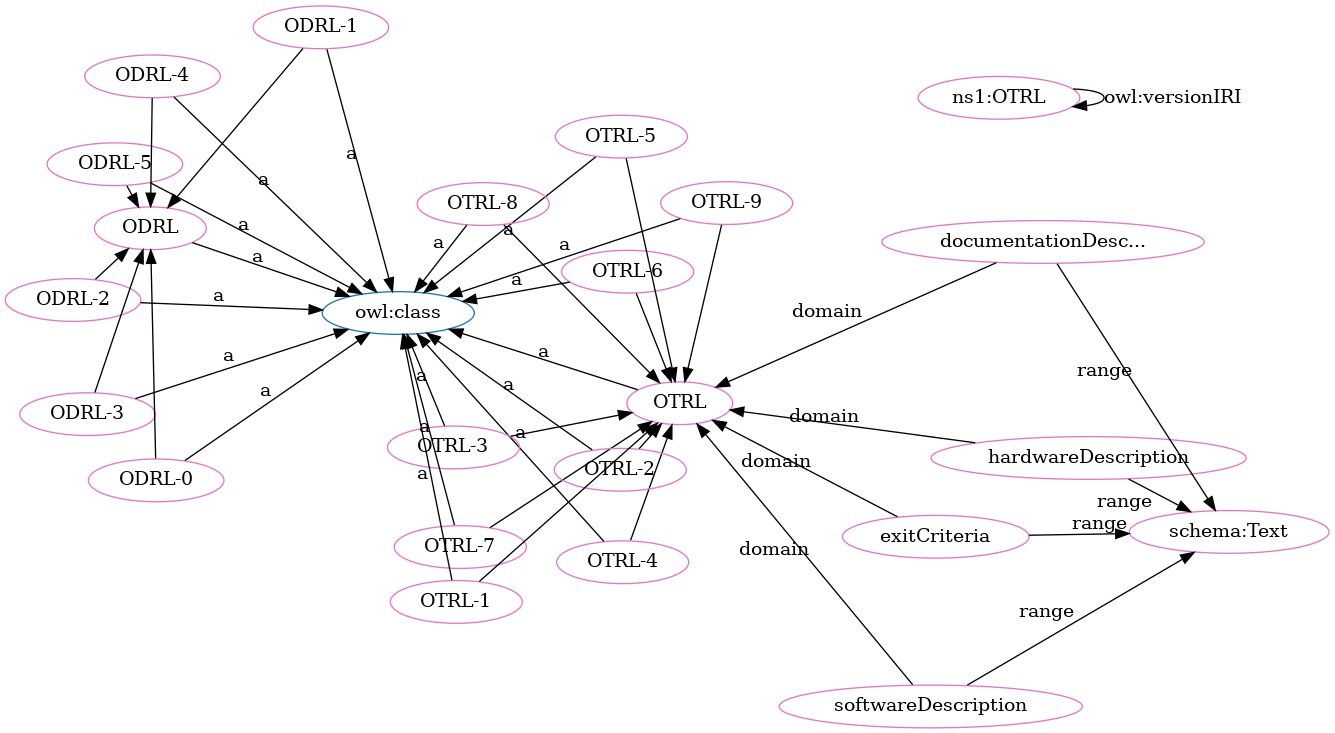
OPEN-NEXT/OKH-LOSH keeps this Graphviz diagram as OTRL-clean.png. Above is the earlier version. Its source is kept beside it as OTRL-clean.dot.
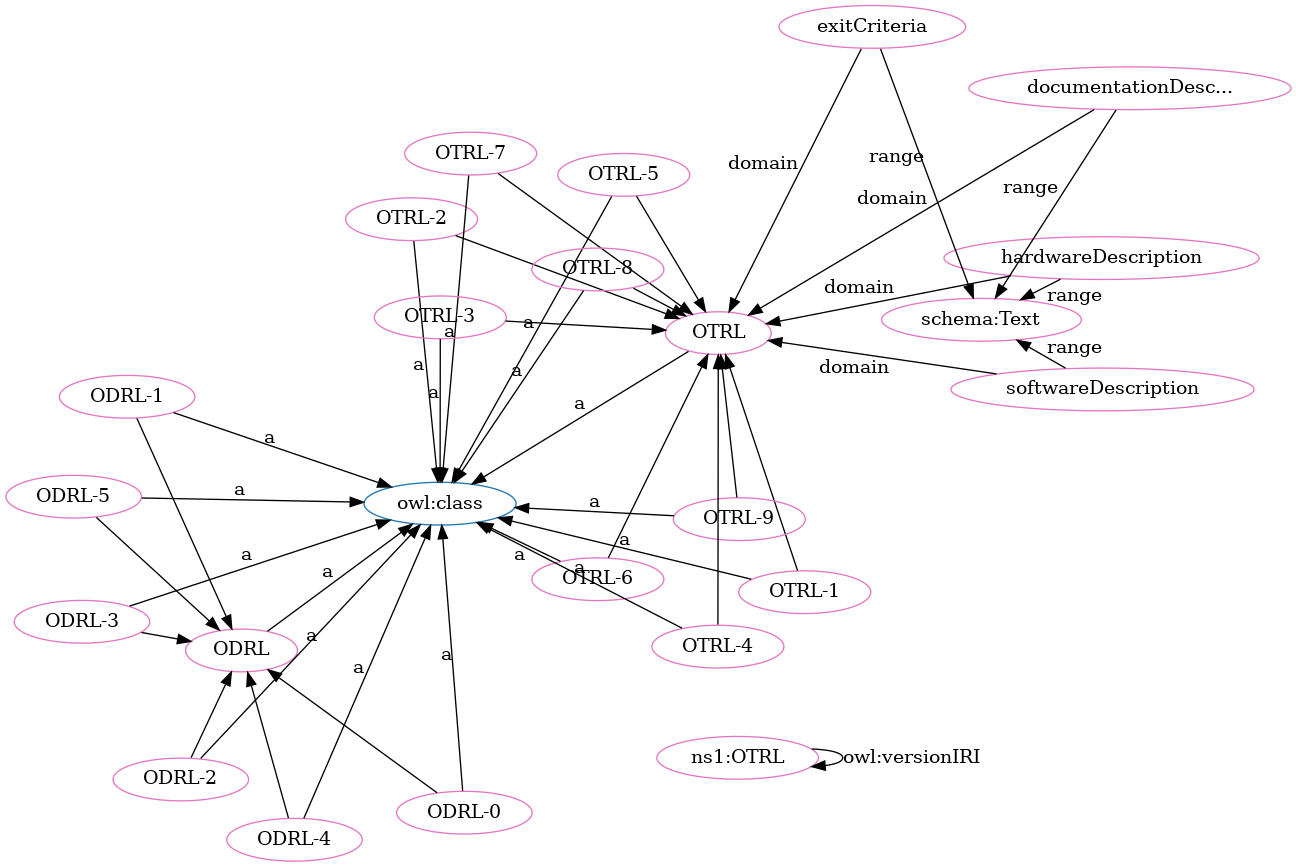
The same diagram one commit later.

Diff of the diagram source:
```diff
@@ -1,71 +1,71 @@
 digraph G {
   rankdir=BT
   node[height=.3]
-"http://purl.org/oseg/ontologies/OTRL#ODRL" [fillcolor="#1f77b4" color="#1f77b4" label="ODRL"]
 "http://www.w3.org/2002/07/owl#class" [fillcolor="#1f77b4" color="#1f77b4" label="owl:class"]
 "http://purl.org/oseg/ontologies/OTRL#OTRL" [fillcolor="#1f77b4" color="#1f77b4" label="OTRL"]
+"http://purl.org/oseg/ontologies/OTRL#ODRL" [fillcolor="#1f77b4" color="#1f77b4" label="ODRL"]
+"http://purl.org/oseg/ontologies/OTRL#ODRL" [fillcolor="#e377c2" color="#e377c2" label="ODRL"]
+"http://purl.org/oseg/ontologies/OTRL#hardwareDescription" [fillcolor="#e377c2" color="#e377c2" label="hardwareDescription"]
+"http://schema.org/Text" [fillcolor="#e377c2" color="#e377c2" label="schema:Text"]
+"http://purl.org/oseg/ontologies/OTRL#OTRL-2" [fillcolor="#e377c2" color="#e377c2" label="OTRL-2"]
+"http://purl.org/oseg/ontologies/OTRL#OTRL" [fillcolor="#e377c2" color="#e377c2" label="OTRL"]
+"http://purl.org/oseg/ontologies/OTRL" [fillcolor="#e377c2" color="#e377c2" label="ns1:OTRL"]
+"http://purl.org/oseg/ontologies/OTRL#OTRL-6" [fillcolor="#e377c2" color="#e377c2" label="OTRL-6"]
+"http://purl.org/oseg/ontologies/OTRL#ODRL-0" [fillcolor="#e377c2" color="#e377c2" label="ODRL-0"]
+"http://purl.org/oseg/ontologies/OTRL#ODRL-2" [fillcolor="#e377c2" color="#e377c2" label="ODRL-2"]
+"http://purl.org/oseg/ontologies/OTRL#softwareDescription" [fillcolor="#e377c2" color="#e377c2" label="softwareDescription"]
+"http://purl.org/oseg/ontologies/OTRL#OTRL-1" [fillcolor="#e377c2" color="#e377c2" label="OTRL-1"]
+"http://purl.org/oseg/ontologies/OTRL#ODRL-3" [fillcolor="#e377c2" color="#e377c2" label="ODRL-3"]
+"http://purl.org/oseg/ontologies/OTRL#OTRL-9" [fillcolor="#e377c2" color="#e377c2" label="OTRL-9"]
+"http://purl.org/oseg/ontologies/OTRL#ODRL-4" [fillcolor="#e377c2" color="#e377c2" label="ODRL-4"]
+"http://purl.org/oseg/ontologies/OTRL#OTRL-7" [fillcolor="#e377c2" color="#e377c2" label="OTRL-7"]
+"http://purl.org/oseg/ontologies/OTRL#documentationDescription" [fillcolor="#e377c2" color="#e377c2" label="documentationDesc..."]
 "http://purl.org/oseg/ontologies/OTRL#OTRL-4" [fillcolor="#e377c2" color="#e377c2" label="OTRL-4"]
-"http://purl.org/oseg/ontologies/OTRL#OTRL" [fillcolor="#e377c2" color="#e377c2" label="OTRL"]
-"http://purl.org/oseg/ontologies/OTRL#ODRL" [fillcolor="#e377c2" color="#e377c2" label="ODRL"]
-"http://purl.org/oseg/ontologies/OTRL" [fillcolor="#e377c2" color="#e377c2" label="ns1:OTRL"]
-"http://purl.org/oseg/ontologies/OTRL#hardwareDescription" [fillcolor="#e377c2" color="#e377c2" label="hardwareDescription"]
-"http://purl.org/oseg/ontologies/OTRL#ODRL-2" [fillcolor="#e377c2" color="#e377c2" label="ODRL-2"]
-"http://purl.org/oseg/ontologies/OTRL#ODRL-3" [fillcolor="#e377c2" color="#e377c2" label="ODRL-3"]
-"http://purl.org/oseg/ontologies/OTRL#OTRL-6" [fillcolor="#e377c2" color="#e377c2" label="OTRL-6"]
+"http://purl.org/oseg/ontologies/OTRL#ODRL-1" [fillcolor="#e377c2" color="#e377c2" label="ODRL-1"]
+"http://purl.org/oseg/ontologies/OTRL#ODRL-5" [fillcolor="#e377c2" color="#e377c2" label="ODRL-5"]
 "http://purl.org/oseg/ontologies/OTRL#OTRL-3" [fillcolor="#e377c2" color="#e377c2" label="OTRL-3"]
-"http://purl.org/oseg/ontologies/OTRL#softwareDescription" [fillcolor="#e377c2" color="#e377c2" label="softwareDescription"]
-"http://purl.org/oseg/ontologies/OTRL#OTRL-7" [fillcolor="#e377c2" color="#e377c2" label="OTRL-7"]
-"http://purl.org/oseg/ontologies/OTRL#ODRL-0" [fillcolor="#e377c2" color="#e377c2" label="ODRL-0"]
-"http://purl.org/oseg/ontologies/OTRL#ODRL-5" [fillcolor="#e377c2" color="#e377c2" label="ODRL-5"]
-"http://schema.org/Text" [fillcolor="#e377c2" color="#e377c2" label="schema:Text"]
 "http://purl.org/oseg/ontologies/OTRL#OTRL-5" [fillcolor="#e377c2" color="#e377c2" label="OTRL-5"]
+"http://purl.org/oseg/ontologies/OTRL#OTRL-8" [fillcolor="#e377c2" color="#e377c2" label="OTRL-8"]
 "http://purl.org/oseg/ontologies/OTRL#exitCriteria" [fillcolor="#e377c2" color="#e377c2" label="exitCriteria"]
-"http://purl.org/oseg/ontologies/OTRL#OTRL-2" [fillcolor="#e377c2" color="#e377c2" label="OTRL-2"]
-"http://purl.org/oseg/ontologies/OTRL#documentationDescription" [fillcolor="#e377c2" color="#e377c2" label="documentationDesc..."]
-"http://purl.org/oseg/ontologies/OTRL#ODRL-1" [fillcolor="#e377c2" color="#e377c2" label="ODRL-1"]
-"http://purl.org/oseg/ontologies/OTRL#OTRL-8" [fillcolor="#e377c2" color="#e377c2" label="OTRL-8"]
-"http://purl.org/oseg/ontologies/OTRL#ODRL-4" [fillcolor="#e377c2" color="#e377c2" label="ODRL-4"]
-"http://purl.org/oseg/ontologies/OTRL#OTRL-1" [fillcolor="#e377c2" color="#e377c2" label="OTRL-1"]
-"http://purl.org/oseg/ontologies/OTRL#OTRL-9" [fillcolor="#e377c2" color="#e377c2" label="OTRL-9"]
+  "http://purl.org/oseg/ontologies/OTRL#ODRL" -> "http://www.w3.org/2002/07/owl#class" [label="a"]
+  "http://purl.org/oseg/ontologies/OTRL#ODRL-3" -> "http://purl.org/oseg/ontologies/OTRL#ODRL" [label=""]
+  "http://purl.org/oseg/ontologies/OTRL#OTRL-6" -> "http://purl.org/oseg/ontologies/OTRL#OTRL" [label=""]
+  "http://purl.org/oseg/ontologies/OTRL#OTRL-6" -> "http://www.w3.org/2002/07/owl#class" [label="a"]
+  "http://purl.org/oseg/ontologies/OTRL#exitCriteria" -> "http://purl.org/oseg/ontologies/OTRL#OTRL" [label="domain"]
+  "http://purl.org/oseg/ontologies/OTRL#ODRL-2" -> "http://www.w3.org/2002/07/owl#class" [label="a"]
+  "http://purl.org/oseg/ontologies/OTRL#OTRL-8" -> "http://purl.org/oseg/ontologies/OTRL#OTRL" [label=""]
+  "http://purl.org/oseg/ontologies/OTRL#OTRL-9" -> "http://purl.org/oseg/ontologies/OTRL#OTRL" [label=""]
+  "http://purl.org/oseg/ontologies/OTRL#hardwareDescription" -> "http://schema.org/Text" [label="range"]
+  "http://purl.org/oseg/ontologies/OTRL#ODRL-0" -> "http://purl.org/oseg/ontologies/OTRL#ODRL" [label=""]
+  "http://purl.org/oseg/ontologies/OTRL#OTRL-9" -> "http://www.w3.org/2002/07/owl#class" [label="a"]
+  "http://purl.org/oseg/ontologies/OTRL#ODRL-4" -> "http://www.w3.org/2002/07/owl#class" [label="a"]
+  "http://purl.org/oseg/ontologies/OTRL#OTRL-2" -> "http://purl.org/oseg/ontologies/OTRL#OTRL" [label=""]
+  "http://purl.org/oseg/ontologies/OTRL#OTRL-7" -> "http://www.w3.org/2002/07/owl#class" [label="a"]
   "http://purl.org/oseg/ontologies/OTRL#OTRL-4" -> "http://www.w3.org/2002/07/owl#class" [label="a"]
-  "http://purl.org/oseg/ontologies/OTRL#exitCriteria" -> "http://purl.org/oseg/ontologies/OTRL#OTRL" [label="domain"]
+  "http://purl.org/oseg/ontologies/OTRL#ODRL-1" -> "http://www.w3.org/2002/07/owl#class" [label="a"]
+  "http://purl.org/oseg/ontologies/OTRL#ODRL-5" -> "http://www.w3.org/2002/07/owl#class" [label="a"]
+  "http://purl.org/oseg/ontologies/OTRL#documentationDescription" -> "http://purl.org/oseg/ontologies/OTRL#OTRL" [label="domain"]
+  "http://purl.org/oseg/ontologies/OTRL#hardwareDescription" -> "http://purl.org/oseg/ontologies/OTRL#OTRL" [label="domain"]
+  "http://purl.org/oseg/ontologies/OTRL#OTRL-1" -> "http://purl.org/oseg/ontologies/OTRL#OTRL" [label=""]
+  "http://purl.org/oseg/ontologies/OTRL#softwareDescription" -> "http://purl.org/oseg/ontologies/OTRL#OTRL" [label="domain"]
+  "http://purl.org/oseg/ontologies/OTRL#OTRL-8" -> "http://www.w3.org/2002/07/owl#class" [label="a"]
+  "http://purl.org/oseg/ontologies/OTRL#documentationDescription" -> "http://schema.org/Text" [label="range"]
+  "http://purl.org/oseg/ontologies/OTRL#softwareDescription" -> "http://schema.org/Text" [label="range"]
+  "http://purl.org/oseg/ontologies/OTRL#OTRL-2" -> "http://www.w3.org/2002/07/owl#class" [label="a"]
+  "http://purl.org/oseg/ontologies/OTRL#OTRL-3" -> "http://purl.org/oseg/ontologies/OTRL#OTRL" [label=""]
+  "http://purl.org/oseg/ontologies/OTRL#ODRL-0" -> "http://www.w3.org/2002/07/owl#class" [label="a"]
+  "http://purl.org/oseg/ontologies/OTRL#exitCriteria" -> "http://schema.org/Text" [label="range"]
+  "http://purl.org/oseg/ontologies/OTRL#OTRL-5" -> "http://purl.org/oseg/ontologies/OTRL#OTRL" [label=""]
+  "http://purl.org/oseg/ontologies/OTRL#OTRL-1" -> "http://www.w3.org/2002/07/owl#class" [label="a"]
+  "http://purl.org/oseg/ontologies/OTRL#ODRL-3" -> "http://www.w3.org/2002/07/owl#class" [label="a"]
+  "http://purl.org/oseg/ontologies/OTRL" -> "http://purl.org/oseg/ontologies/OTRL" [label="owl:versionIRI"]
+  "http://purl.org/oseg/ontologies/OTRL#ODRL-2" -> "http://purl.org/oseg/ontologies/OTRL#ODRL" [label=""]
+  "http://purl.org/oseg/ontologies/OTRL#OTRL-4" -> "http://purl.org/oseg/ontologies/OTRL#OTRL" [label=""]
+  "http://purl.org/oseg/ontologies/OTRL#ODRL-4" -> "http://purl.org/oseg/ontologies/OTRL#ODRL" [label=""]
+  "http://purl.org/oseg/ontologies/OTRL#OTRL-3" -> "http://www.w3.org/2002/07/owl#class" [label="a"]
+  "http://purl.org/oseg/ontologies/OTRL#OTRL" -> "http://www.w3.org/2002/07/owl#class" [label="a"]
+  "http://purl.org/oseg/ontologies/OTRL#ODRL-1" -> "http://purl.org/oseg/ontologies/OTRL#ODRL" [label=""]
   "http://purl.org/oseg/ontologies/OTRL#ODRL-5" -> "http://purl.org/oseg/ontologies/OTRL#ODRL" [label=""]
-  "http://purl.org/oseg/ontologies/OTRL" -> "http://purl.org/oseg/ontologies/OTRL" [label="owl:versionIRI"]
-  "http://purl.org/oseg/ontologies/OTRL#ODRL-4" -> "http://purl.org/oseg/ontologies/OTRL#ODRL" [label=""]
-  "http://purl.org/oseg/ontologies/OTRL#OTRL-2" -> "http://purl.org/oseg/ontologies/OTRL#OTRL" [label=""]
-  "http://purl.org/oseg/ontologies/OTRL#OTRL-3" -> "http://www.w3.org/2002/07/owl#class" [label="a"]
-  "http://purl.org/oseg/ontologies/OTRL#OTRL-5" -> "http://purl.org/oseg/ontologies/OTRL#OTRL" [label=""]
-  "http://purl.org/oseg/ontologies/OTRL#ODRL-2" -> "http://purl.org/oseg/ontologies/OTRL#ODRL" [label=""]
-  "http://purl.org/oseg/ontologies/OTRL#ODRL-3" -> "http://purl.org/oseg/ontologies/OTRL#ODRL" [label=""]
-  "http://purl.org/oseg/ontologies/OTRL#ODRL-5" -> "http://www.w3.org/2002/07/owl#class" [label="a"]
-  "http://purl.org/oseg/ontologies/OTRL#exitCriteria" -> "http://schema.org/Text" [label="range"]
   "http://purl.org/oseg/ontologies/OTRL#OTRL-5" -> "http://www.w3.org/2002/07/owl#class" [label="a"]
-  "http://purl.org/oseg/ontologies/OTRL#hardwareDescription" -> "http://purl.org/oseg/ontologies/OTRL#OTRL" [label="domain"]
-  "http://purl.org/oseg/ontologies/OTRL#OTRL-2" -> "http://www.w3.org/2002/07/owl#class" [label="a"]
-  "http://purl.org/oseg/ontologies/OTRL#ODRL-0" -> "http://purl.org/oseg/ontologies/OTRL#ODRL" [label=""]
-  "http://purl.org/oseg/ontologies/OTRL#OTRL-9" -> "http://purl.org/oseg/ontologies/OTRL#OTRL" [label=""]
-  "http://purl.org/oseg/ontologies/OTRL#softwareDescription" -> "http://schema.org/Text" [label="range"]
-  "http://purl.org/oseg/ontologies/OTRL#ODRL-4" -> "http://www.w3.org/2002/07/owl#class" [label="a"]
-  "http://purl.org/oseg/ontologies/OTRL#ODRL-1" -> "http://purl.org/oseg/ontologies/OTRL#ODRL" [label=""]
-  "http://purl.org/oseg/ontologies/OTRL#OTRL-9" -> "http://www.w3.org/2002/07/owl#class" [label="a"]
   "http://purl.org/oseg/ontologies/OTRL#OTRL-7" -> "http://purl.org/oseg/ontologies/OTRL#OTRL" [label=""]
-  "http://purl.org/oseg/ontologies/OTRL#ODRL-2" -> "http://www.w3.org/2002/07/owl#class" [label="a"]
-  "http://purl.org/oseg/ontologies/OTRL#ODRL-3" -> "http://www.w3.org/2002/07/owl#class" [label="a"]
-  "http://purl.org/oseg/ontologies/OTRL#OTRL" -> "http://www.w3.org/2002/07/owl#class" [label="a"]
-  "http://purl.org/oseg/ontologies/OTRL#OTRL-6" -> "http://www.w3.org/2002/07/owl#class" [label="a"]
-  "http://purl.org/oseg/ontologies/OTRL#softwareDescription" -> "http://purl.org/oseg/ontologies/OTRL#OTRL" [label="domain"]
-  "http://purl.org/oseg/ontologies/OTRL#OTRL-6" -> "http://purl.org/oseg/ontologies/OTRL#OTRL" [label=""]
-  "http://purl.org/oseg/ontologies/OTRL#OTRL-7" -> "http://www.w3.org/2002/07/owl#class" [label="a"]
-  "http://purl.org/oseg/ontologies/OTRL#ODRL-0" -> "http://www.w3.org/2002/07/owl#class" [label="a"]
-  "http://purl.org/oseg/ontologies/OTRL#OTRL-3" -> "http://purl.org/oseg/ontologies/OTRL#OTRL" [label=""]
-  "http://purl.org/oseg/ontologies/OTRL#OTRL-8" -> "http://purl.org/oseg/ontologies/OTRL#OTRL" [label=""]
-  "http://purl.org/oseg/ontologies/OTRL#ODRL" -> "http://www.w3.org/2002/07/owl#class" [label="a"]
-  "http://purl.org/oseg/ontologies/OTRL#hardwareDescription" -> "http://schema.org/Text" [label="range"]
-  "http://purl.org/oseg/ontologies/OTRL#documentationDescription" -> "http://schema.org/Text" [label="range"]
-  "http://purl.org/oseg/ontologies/OTRL#documentationDescription" -> "http://purl.org/oseg/ontologies/OTRL#OTRL" [label="domain"]
-  "http://purl.org/oseg/ontologies/OTRL#OTRL-1" -> "http://purl.org/oseg/ontologies/OTRL#OTRL" [label=""]
-  "http://purl.org/oseg/ontologies/OTRL#ODRL-1" -> "http://www.w3.org/2002/07/owl#class" [label="a"]
-  "http://purl.org/oseg/ontologies/OTRL#OTRL-4" -> "http://purl.org/oseg/ontologies/OTRL#OTRL" [label=""]
-  "http://purl.org/oseg/ontologies/OTRL#OTRL-8" -> "http://www.w3.org/2002/07/owl#class" [label="a"]
-  "http://purl.org/oseg/ontologies/OTRL#OTRL-1" -> "http://www.w3.org/2002/07/owl#class" [label="a"]
 }
```
